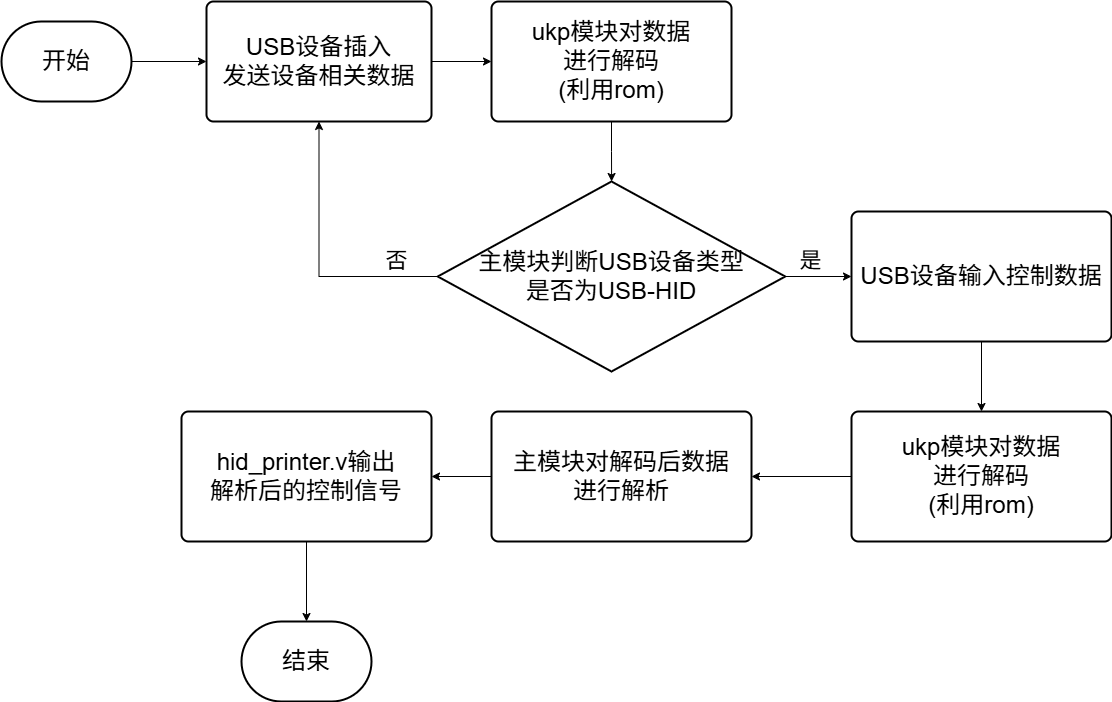
The draw.io diagram USB-HOST_driver.png in maple-m117/bysj_etc., before a commit. Source tidied: cells renumbered, new cells last; positions are measured from the earlier drawing's top-left corner, leaving out a move shared by most shapes.
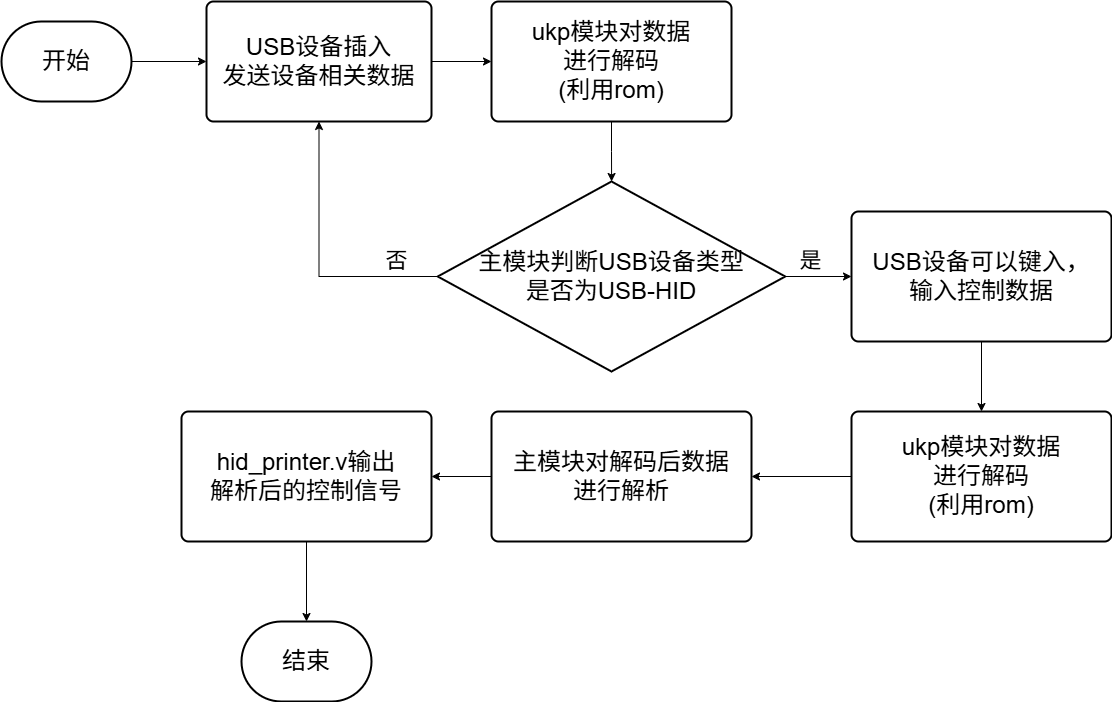
The same diagram one commit later.

The edit, as a diff of the source:
```diff
@@ -23,7 +23,7 @@
     <mxCell id="8" style="edgeStyle=orthogonalEdgeStyle;rounded=0;jettySize=auto;html=1;" parent="1" edge="1" source="9" target="14">
       <mxGeometry relative="1" as="geometry" />
     </mxCell>
-    <mxCell id="9" value="USB设备输入控制数据" style="rounded=1;whiteSpace=wrap;html=1;absoluteArcSize=1;arcSize=14;strokeWidth=2;fontSize=24;" parent="1" vertex="1">
+    <mxCell id="9" value="USB设备可以键入，&lt;div&gt;输入控制数据&lt;/div&gt;" style="rounded=1;whiteSpace=wrap;html=1;absoluteArcSize=1;arcSize=14;strokeWidth=2;fontSize=24;" parent="1" vertex="1">
       <mxGeometry x="850" y="210" width="260" height="130" as="geometry" />
     </mxCell>
     <mxCell id="10" style="edgeStyle=orthogonalEdgeStyle;rounded=0;jettySize=auto;html=1;" parent="1" edge="1" source="12" target="9">
```
